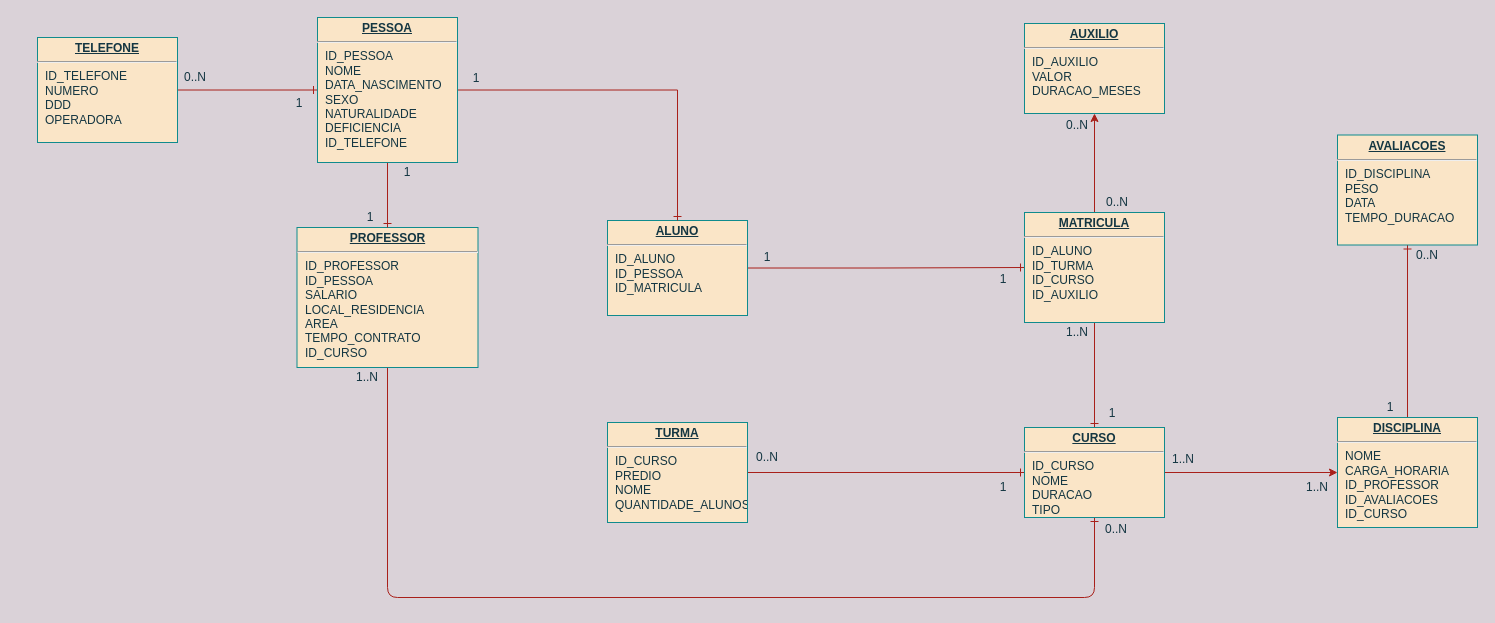
Earlier version of the draw.io diagram modelagemUniversidade.drawio (maxbarboz/modelagemUniversidade). Source tidied: cells renumbered, new cells numbered last; positions are measured from the earlier drawing's top-left corner, leaving out a move shared by most shapes. Both pictures are drawn from the tidied source at 100%, with x=0, y=0 at pixel (37, 17).
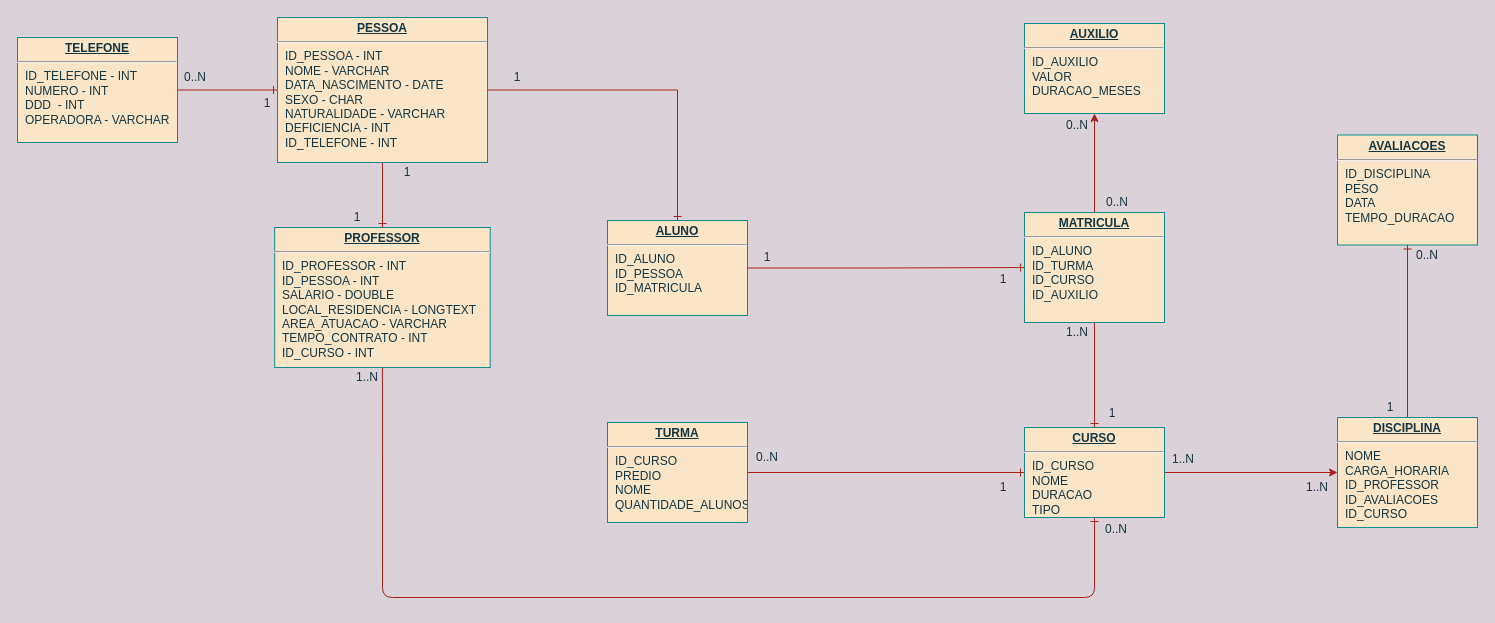
The same diagram, later.

The change refers to these unchanged cells:
```xml
<mxCell id="20" value="&lt;p style=&quot;margin: 0px ; margin-top: 4px ; text-align: center ; text-decoration: underline&quot;&gt;&lt;b&gt;CURSO&lt;/b&gt;&lt;/p&gt;&lt;hr&gt;&lt;p style=&quot;margin: 0px ; margin-left: 8px&quot;&gt;ID_CURSO&lt;/p&gt;&lt;p style=&quot;margin: 0px ; margin-left: 8px&quot;&gt;NOME&lt;/p&gt;&lt;p style=&quot;margin: 0px ; margin-left: 8px&quot;&gt;DURACAO&lt;/p&gt;&lt;p style=&quot;margin: 0px ; margin-left: 8px&quot;&gt;TIPO&lt;/p&gt;" style="verticalAlign=top;align=left;overflow=fill;fontSize=12;fontFamily=Helvetica;html=1;rounded=0;shadow=0;comic=0;labelBackgroundColor=none;strokeWidth=1;fillColor=#FAE5C7;strokeColor=#0F8B8D;fontColor=#143642;" parent="1" vertex="1">
  <mxGeometry x="987" y="410" width="140" height="90" as="geometry" />
</mxCell>
```

The edit, as a diff of the source:
```diff
@@
     <mxCell id="5" style="edgeStyle=orthogonalEdgeStyle;curved=0;rounded=1;sketch=0;jettySize=auto;html=1;exitX=0.5;exitY=1;exitDx=0;exitDy=0;entryX=0.5;entryY=1;entryDx=0;entryDy=0;endArrow=ERone;endFill=0;strokeColor=#A8201A;fillColor=#FAE5C7;fontColor=#143642;" parent="1" edge="1" source="6" target="20">
       <mxGeometry relative="1" as="geometry">
         <Array as="points">
-          <mxPoint x="350" y="580" />
+          <mxPoint x="345" y="580" />
           <mxPoint x="1057" y="580" />
         </Array>
       </mxGeometry>
     </mxCell>
-    <mxCell id="6" value="&lt;p style=&quot;margin: 0px ; margin-top: 4px ; text-align: center ; text-decoration: underline&quot;&gt;&lt;b&gt;PROFESSOR&lt;/b&gt;&lt;/p&gt;&lt;hr&gt;&lt;p style=&quot;margin: 0px ; margin-left: 8px&quot;&gt;ID_PROFESSOR&lt;/p&gt;&lt;p style=&quot;margin: 0px ; margin-left: 8px&quot;&gt;ID_PESSOA&lt;/p&gt;&lt;p style=&quot;margin: 0px 0px 0px 8px&quot;&gt;SALARIO&lt;/p&gt;&lt;p style=&quot;margin: 0px 0px 0px 8px&quot;&gt;LOCAL_RESIDENCIA&lt;/p&gt;&lt;p style=&quot;margin: 0px 0px 0px 8px&quot;&gt;AREA&lt;/p&gt;&lt;p style=&quot;margin: 0px 0px 0px 8px&quot;&gt;TEMPO_CONTRATO&lt;/p&gt;&lt;p style=&quot;margin: 0px 0px 0px 8px&quot;&gt;ID_CURSO&lt;/p&gt;" style="verticalAlign=top;align=left;overflow=fill;fontSize=12;fontFamily=Helvetica;html=1;rounded=0;shadow=0;comic=0;labelBackgroundColor=none;strokeWidth=1;fillColor=#FAE5C7;strokeColor=#0F8B8D;fontColor=#143642;" parent="1" vertex="1">
-      <mxGeometry x="259.5" y="210" width="181" height="140" as="geometry" />
+    <mxCell id="6" value="&lt;p style=&quot;margin: 0px ; margin-top: 4px ; text-align: center ; text-decoration: underline&quot;&gt;&lt;b&gt;PROFESSOR&lt;/b&gt;&lt;/p&gt;&lt;hr&gt;&lt;p style=&quot;margin: 0px ; margin-left: 8px&quot;&gt;ID_PROFESSOR - INT&lt;/p&gt;&lt;p style=&quot;margin: 0px ; margin-left: 8px&quot;&gt;ID_PESSOA - INT&lt;/p&gt;&lt;p style=&quot;margin: 0px 0px 0px 8px&quot;&gt;SALARIO - DOUBLE&lt;/p&gt;&lt;p style=&quot;margin: 0px 0px 0px 8px&quot;&gt;LOCAL_RESIDENCIA - LONGTEXT&lt;/p&gt;&lt;p style=&quot;margin: 0px 0px 0px 8px&quot;&gt;AREA_ATUACAO - VARCHAR&lt;/p&gt;&lt;p style=&quot;margin: 0px 0px 0px 8px&quot;&gt;TEMPO_CONTRATO - INT&lt;/p&gt;&lt;p style=&quot;margin: 0px 0px 0px 8px&quot;&gt;ID_CURSO - INT&lt;/p&gt;" style="verticalAlign=top;align=left;overflow=fill;fontSize=12;fontFamily=Helvetica;html=1;rounded=0;shadow=0;comic=0;labelBackgroundColor=none;strokeWidth=1;fillColor=#FAE5C7;strokeColor=#0F8B8D;fontColor=#143642;" parent="1" vertex="1">
+      <mxGeometry x="237.2" y="210" width="215.5" height="140" as="geometry" />
     </mxCell>
@@
-    <mxCell id="8" value="&lt;p style=&quot;margin: 0px ; margin-top: 4px ; text-align: center ; text-decoration: underline&quot;&gt;&lt;b&gt;TELEFONE&lt;/b&gt;&lt;/p&gt;&lt;hr&gt;&lt;p style=&quot;margin: 0px ; margin-left: 8px&quot;&gt;ID_TELEFONE&lt;/p&gt;&lt;p style=&quot;margin: 0px ; margin-left: 8px&quot;&gt;NUMERO&lt;/p&gt;&lt;p style=&quot;margin: 0px ; margin-left: 8px&quot;&gt;DDD&lt;/p&gt;&lt;p style=&quot;margin: 0px ; margin-left: 8px&quot;&gt;OPERADORA&lt;/p&gt;" style="verticalAlign=top;align=left;overflow=fill;fontSize=12;fontFamily=Helvetica;html=1;rounded=0;shadow=0;comic=0;labelBackgroundColor=none;strokeWidth=1;fillColor=#FAE5C7;strokeColor=#0F8B8D;fontColor=#143642;" parent="1" vertex="1">
-      <mxGeometry y="20" width="140" height="105" as="geometry" />
+    <mxCell id="8" value="&lt;p style=&quot;margin: 0px ; margin-top: 4px ; text-align: center ; text-decoration: underline&quot;&gt;&lt;b&gt;TELEFONE&lt;/b&gt;&lt;/p&gt;&lt;hr&gt;&lt;p style=&quot;margin: 0px ; margin-left: 8px&quot;&gt;ID_TELEFONE - INT&lt;/p&gt;&lt;p style=&quot;margin: 0px ; margin-left: 8px&quot;&gt;NUMERO - INT&lt;/p&gt;&lt;p style=&quot;margin: 0px ; margin-left: 8px&quot;&gt;DDD&amp;nbsp; - INT&lt;/p&gt;&lt;p style=&quot;margin: 0px ; margin-left: 8px&quot;&gt;OPERADORA - VARCHAR&lt;/p&gt;" style="verticalAlign=top;align=left;overflow=fill;fontSize=12;fontFamily=Helvetica;html=1;rounded=0;shadow=0;comic=0;labelBackgroundColor=none;strokeWidth=1;fillColor=#FAE5C7;strokeColor=#0F8B8D;fontColor=#143642;" parent="1" vertex="1">
+      <mxGeometry x="-20" y="20" width="160" height="105" as="geometry" />
     </mxCell>
@@
-    <mxCell id="13" value="&lt;p style=&quot;margin: 0px ; margin-top: 4px ; text-align: center ; text-decoration: underline&quot;&gt;&lt;b&gt;PESSOA&lt;/b&gt;&lt;/p&gt;&lt;hr&gt;&lt;p style=&quot;margin: 0px ; margin-left: 8px&quot;&gt;ID_PESSOA&lt;/p&gt;&lt;p style=&quot;margin: 0px ; margin-left: 8px&quot;&gt;NOME&lt;/p&gt;&lt;p style=&quot;margin: 0px ; margin-left: 8px&quot;&gt;DATA_NASCIMENTO&lt;/p&gt;&lt;p style=&quot;margin: 0px ; margin-left: 8px&quot;&gt;SEXO&lt;/p&gt;&lt;p style=&quot;margin: 0px ; margin-left: 8px&quot;&gt;NATURALIDADE&lt;/p&gt;&lt;p style=&quot;margin: 0px ; margin-left: 8px&quot;&gt;DEFICIENCIA&lt;/p&gt;&lt;p style=&quot;margin: 0px ; margin-left: 8px&quot;&gt;ID_TELEFONE&lt;/p&gt;" style="verticalAlign=top;align=left;overflow=fill;fontSize=12;fontFamily=Helvetica;html=1;rounded=0;shadow=0;comic=0;labelBackgroundColor=none;strokeWidth=1;fillColor=#FAE5C7;strokeColor=#0F8B8D;fontColor=#143642;" parent="1" vertex="1">
-      <mxGeometry x="280" width="140" height="145" as="geometry" />
+    <mxCell id="13" value="&lt;p style=&quot;margin: 0px ; margin-top: 4px ; text-align: center ; text-decoration: underline&quot;&gt;&lt;b&gt;PESSOA&lt;/b&gt;&lt;/p&gt;&lt;hr&gt;&lt;p style=&quot;margin: 0px ; margin-left: 8px&quot;&gt;ID_PESSOA - INT&lt;/p&gt;&lt;p style=&quot;margin: 0px ; margin-left: 8px&quot;&gt;NOME - VARCHAR&lt;/p&gt;&lt;p style=&quot;margin: 0px ; margin-left: 8px&quot;&gt;DATA_NASCIMENTO - DATE&lt;/p&gt;&lt;p style=&quot;margin: 0px ; margin-left: 8px&quot;&gt;SEXO - CHAR&lt;/p&gt;&lt;p style=&quot;margin: 0px ; margin-left: 8px&quot;&gt;NATURALIDADE - VARCHAR&lt;/p&gt;&lt;p style=&quot;margin: 0px ; margin-left: 8px&quot;&gt;DEFICIENCIA - INT&lt;/p&gt;&lt;p style=&quot;margin: 0px ; margin-left: 8px&quot;&gt;ID_TELEFONE - INT&lt;/p&gt;" style="verticalAlign=top;align=left;overflow=fill;fontSize=12;fontFamily=Helvetica;html=1;rounded=0;shadow=0;comic=0;labelBackgroundColor=none;strokeWidth=1;fillColor=#FAE5C7;strokeColor=#0F8B8D;fontColor=#143642;" parent="1" vertex="1">
+      <mxGeometry x="240" width="210" height="145" as="geometry" />
     </mxCell>
@@
     <mxCell id="24" value="1" style="text;html=1;strokeColor=none;fillColor=none;align=center;verticalAlign=middle;whiteSpace=wrap;rounded=0;fontColor=#143642;" parent="1" vertex="1">
-      <mxGeometry x="242" y="76" width="40" height="20" as="geometry" />
+      <mxGeometry x="210" y="76" width="40" height="20" as="geometry" />
     </mxCell>
     <mxCell id="25" value="1" style="text;html=1;strokeColor=none;fillColor=none;align=center;verticalAlign=middle;whiteSpace=wrap;rounded=0;fontColor=#143642;" parent="1" vertex="1">
-      <mxGeometry x="313" y="190" width="40" height="20" as="geometry" />
+      <mxGeometry x="300" y="190" width="40" height="20" as="geometry" />
     </mxCell>
@@
     <mxCell id="27" value="1" style="text;html=1;strokeColor=none;fillColor=none;align=center;verticalAlign=middle;whiteSpace=wrap;rounded=0;fontColor=#143642;" parent="1" vertex="1">
-      <mxGeometry x="419" y="51" width="40" height="20" as="geometry" />
+      <mxGeometry x="460" y="50" width="40" height="20" as="geometry" />
     </mxCell>
```
